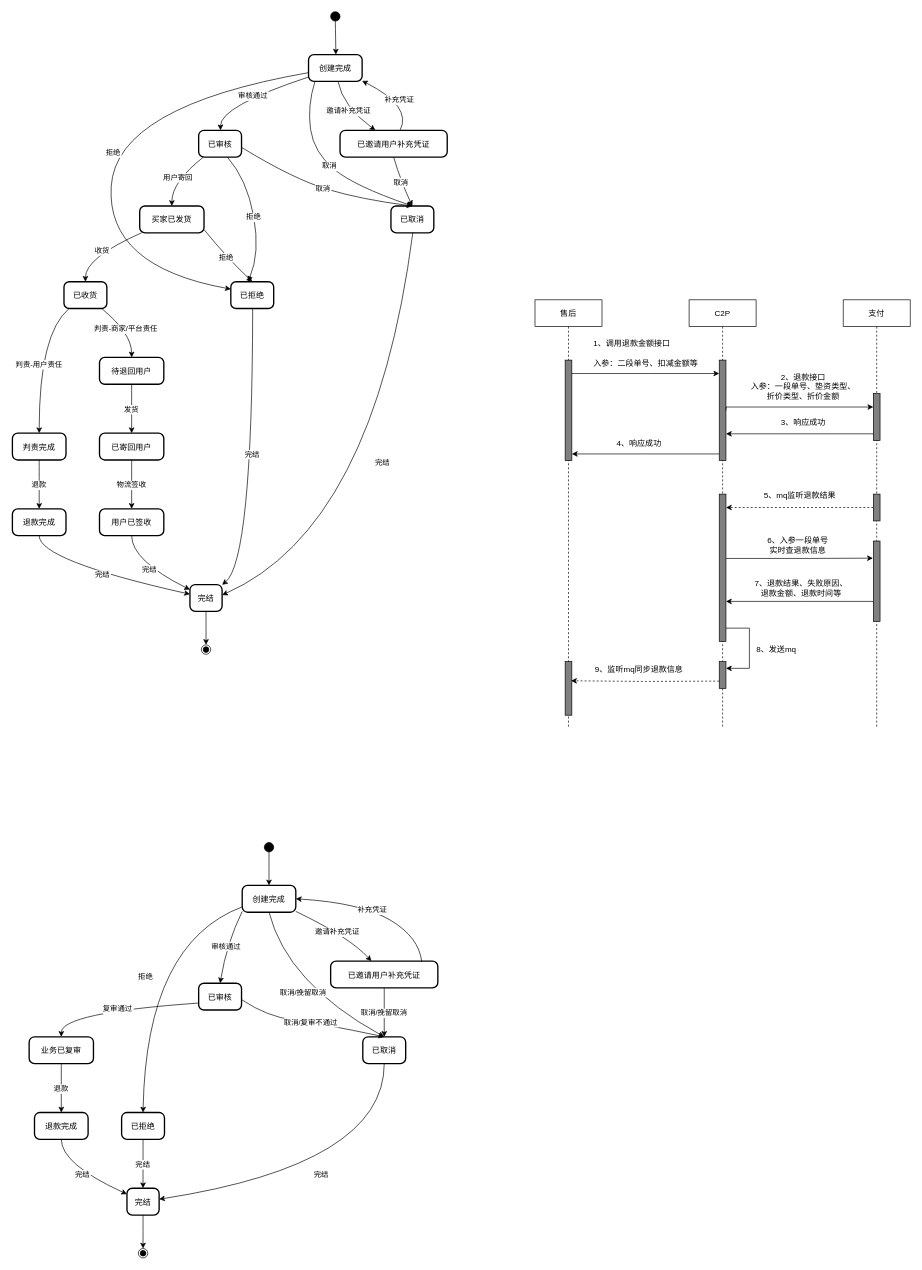
Earlier version of the draw.io diagram 售后单状态机.drawio (Eiji1422/diagrams). Source tidied: cells renumbered, new cells numbered last; positions are measured from the earlier drawing's top-left corner, leaving out a move shared by most shapes. Both pictures are drawn from the tidied source at 67%, with x=0, y=0 at pixel (12, 11).
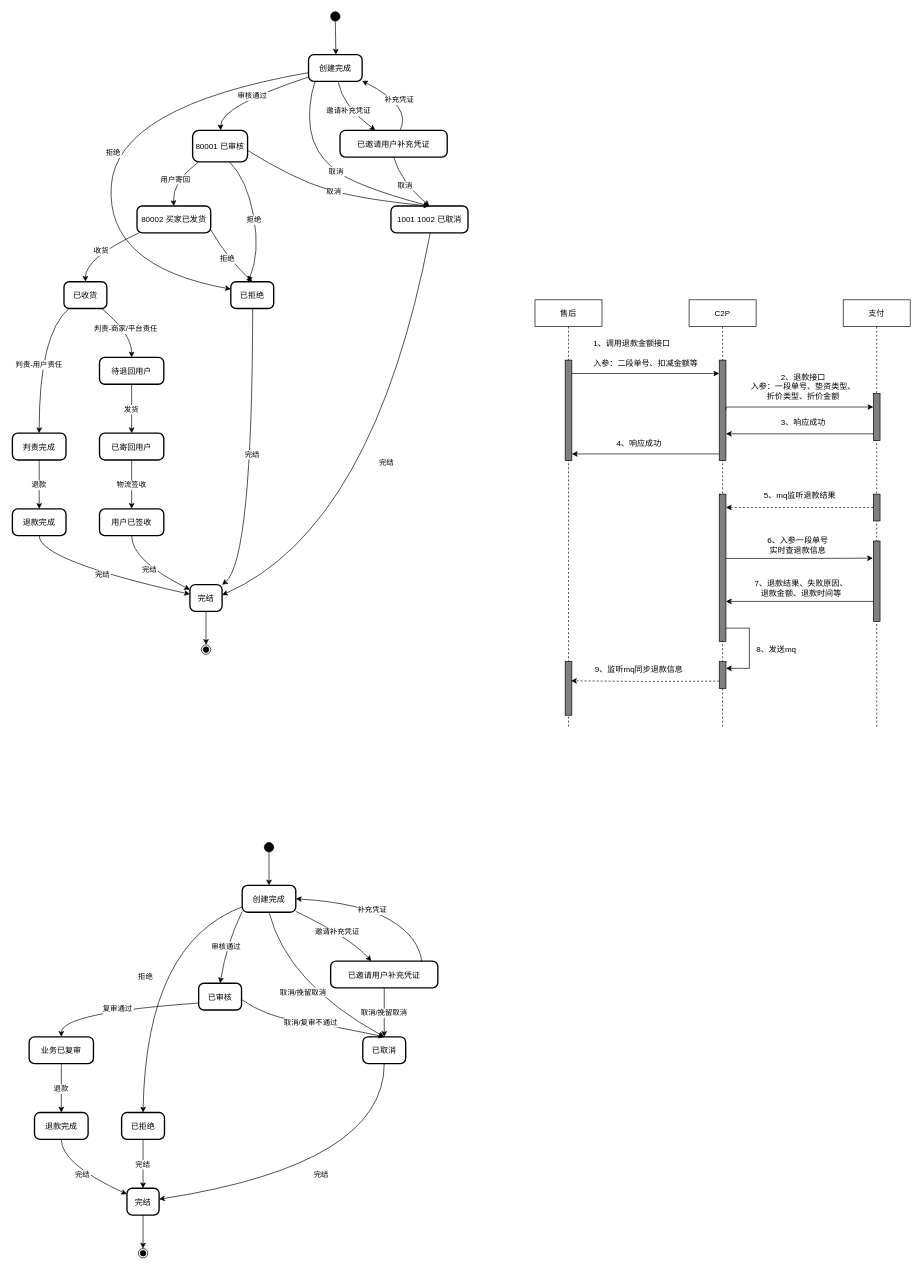
After the change.

Commit message:
更新售后单状态机.drawio

Diff of the diagram source:
```diff
@@
-    <mxCell id="5" value="已取消" style="rounded=1;arcSize=20;strokeWidth=2;" parent="1" vertex="1">
-      <mxGeometry x="565" y="290" width="64" height="40" as="geometry" />
+    <mxCell id="5" value="1001 1002 已取消" style="rounded=1;arcSize=20;strokeWidth=2;" parent="1" vertex="1">
+      <mxGeometry x="565" y="290" width="115" height="40" as="geometry" />
     </mxCell>
@@
-    <mxCell id="7" value="已审核" style="rounded=1;arcSize=20;strokeWidth=2;" parent="1" vertex="1">
-      <mxGeometry x="278" y="177" width="64" height="40" as="geometry" />
+    <mxCell id="7" value="80001 已审核" style="rounded=1;arcSize=20;strokeWidth=2;" parent="1" vertex="1">
+      <mxGeometry x="269" y="177" width="82" height="47" as="geometry" />
     </mxCell>
-    <mxCell id="8" value="买家已发货" style="rounded=1;arcSize=20;strokeWidth=2;" parent="1" vertex="1">
-      <mxGeometry x="190" y="290" width="96" height="40" as="geometry" />
+    <mxCell id="8" value="80002 买家已发货" style="rounded=1;arcSize=20;strokeWidth=2;" parent="1" vertex="1">
+      <mxGeometry x="186" y="290" width="110" height="40" as="geometry" />
     </mxCell>
```
